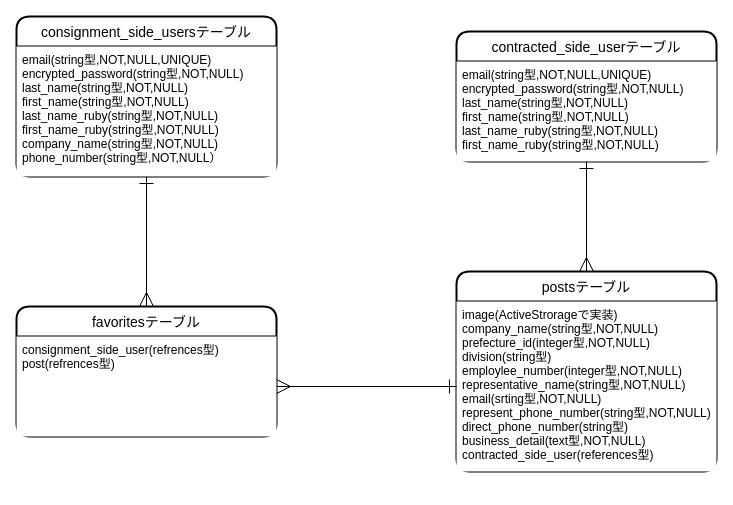
Above: er_diagram.dio in hiroki1121/assistance_company (draw.io), before the change. Source tidied: cells renumbered, new cells numbered last; positions are measured from the earlier drawing's top-left corner, leaving out a move shared by most shapes. Both pictures are drawn from the tidied source at 100%, with x=0, y=0 at pixel (16, 16).
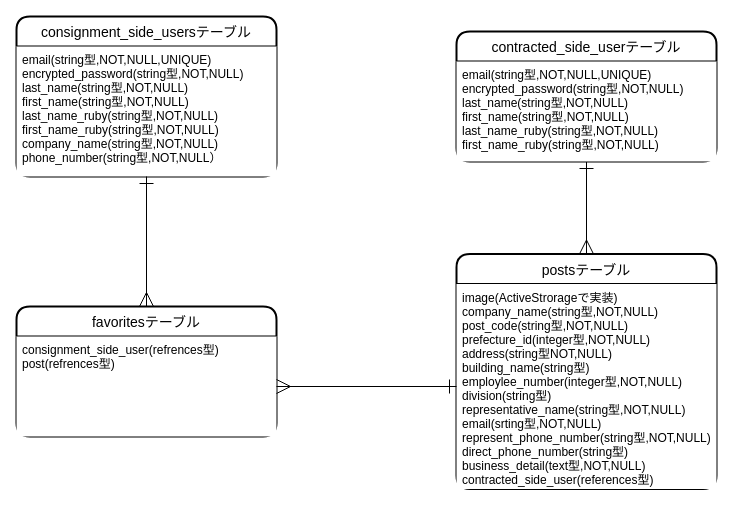
The same diagram, later.

Commit message (it also covers changes not shown here):
データベース設計修正

Diff of the diagram source:
```diff
@@
 <mxGraphModel>
   <root>
     <mxCell id="0" />
     <mxCell id="1" parent="0" />
     <mxCell id="2" value="consignment_side_usersテーブル" style="swimlane;horizontal=1;startSize=30;rounded=1;fontSize=14;fontStyle=0;strokeWidth=2;shadow=0;dashed=0;align=center;labelBackgroundColor=none;fillColor=#FFFFFF;fontColor=#000000;labelBorderColor=none;swimlaneFillColor=none;strokeColor=#000000;" parent="1" vertex="1">
       <mxGeometry width="260" height="160" as="geometry" />
     </mxCell>
     <mxCell id="3" value="email(string型,NOT,NULL,UNIQUE)&#10;encrypted_password(string型,NOT,NULL)&#10;last_name(string型,NOT,NULL)&#10;first_name(string型,NOT,NULL)&#10;last_name_ruby(string型,NOT,NULL)&#10;first_name_ruby(string型,NOT,NULL)&#10;company_name(string型,NOT,NULL)&#10;phone_number(string型,NOT,NULL）" style="align=left;strokeColor=none;spacingLeft=4;fontSize=12;verticalAlign=top;fillColor=#FFFFFF;fontColor=#000000;" parent="2" vertex="1">
       <mxGeometry y="30" width="260" height="130" as="geometry" />
     </mxCell>
     <mxCell id="4" style="edgeStyle=orthogonalEdgeStyle;rounded=0;jettySize=auto;html=1;entryX=0.5;entryY=0;entryDx=0;entryDy=0;startArrow=ERone;startFill=0;startSize=12;endArrow=ERmany;endFill=0;endSize=12;strokeWidth=1;fontColor=#000000;" parent="1" edge="1" source="5" target="7">
       <mxGeometry relative="1" as="geometry" />
     </mxCell>
     <mxCell id="5" value="contracted_side_userテーブル" style="swimlane;horizontal=1;startSize=30;rounded=1;fontSize=14;fontStyle=0;strokeWidth=2;shadow=0;dashed=0;align=center;labelBackgroundColor=none;fillColor=#FFFFFF;fontColor=#000000;labelBorderColor=none;swimlaneFillColor=none;strokeColor=#000000;" parent="1" vertex="1">
       <mxGeometry x="440" y="15" width="260" height="130" as="geometry" />
     </mxCell>
     <mxCell id="6" value="email(string型,NOT,NULL,UNIQUE)&#10;encrypted_password(string型,NOT,NULL)&#10;last_name(string型,NOT,NULL)&#10;first_name(string型,NOT,NULL)&#10;last_name_ruby(string型,NOT,NULL)&#10;first_name_ruby(string型,NOT,NULL)" style="align=left;strokeColor=none;spacingLeft=4;fontSize=12;verticalAlign=top;fillColor=#FFFFFF;fontColor=#000000;" parent="5" vertex="1">
       <mxGeometry y="30" width="260" height="100" as="geometry" />
     </mxCell>
     <mxCell id="7" value="postsテーブル" style="swimlane;horizontal=1;startSize=30;rounded=1;fontSize=14;fontStyle=0;strokeWidth=2;shadow=0;dashed=0;align=center;labelBackgroundColor=none;fillColor=#FFFFFF;fontColor=#000000;labelBorderColor=none;swimlaneFillColor=none;strokeColor=#000000;" parent="1" vertex="1">
-      <mxGeometry x="440" y="255" width="260" height="200" as="geometry" />
+      <mxGeometry x="440" y="237.5" width="260" height="235" as="geometry" />
     </mxCell>
-    <mxCell id="8" value="image(ActiveStrorageで実装)&#10;company_name(string型,NOT,NULL)&#10;prefecture_id(integer型,NOT,NULL)&#10;division(string型)&#10;employlee_number(integer型,NOT,NULL)&#10;representative_name(string型,NOT,NULL)&#10;email(srting型,NOT,NULL)&#10;represent_phone_number(string型,NOT,NULL)&#10;direct_phone_number(string型)&#10;business_detail(text型,NOT,NULL)&#10;contracted_side_user(references型)" style="align=left;strokeColor=none;spacingLeft=4;fontSize=12;verticalAlign=top;fillColor=#FFFFFF;fontColor=#000000;" parent="7" vertex="1">
-      <mxGeometry y="30" width="260" height="170" as="geometry" />
+    <mxCell id="8" value="image(ActiveStrorageで実装)&#10;company_name(string型,NOT,NULL)&#10;post_code(string型,NOT,NULL)&#10;prefecture_id(integer型,NOT,NULL)&#10;address(string型NOT,NULL)&#10;building_name(string型)&#10;employlee_number(integer型,NOT,NULL)&#10;division(string型)&#10;representative_name(string型,NOT,NULL)&#10;email(srting型,NOT,NULL)&#10;represent_phone_number(string型,NOT,NULL)&#10;direct_phone_number(string型)&#10;business_detail(text型,NOT,NULL)&#10;contracted_side_user(references型)" style="align=left;strokeColor=none;spacingLeft=4;fontSize=12;verticalAlign=top;fillColor=#FFFFFF;fontColor=#000000;" parent="7" vertex="1">
+      <mxGeometry y="30" width="260" height="205" as="geometry" />
     </mxCell>
     <mxCell id="9" value="favoritesテーブル" style="swimlane;horizontal=1;startSize=30;rounded=1;fontSize=14;fontStyle=0;strokeWidth=2;shadow=0;dashed=0;align=center;labelBackgroundColor=none;fillColor=#FFFFFF;fontColor=#000000;labelBorderColor=none;swimlaneFillColor=none;strokeColor=#000000;" parent="1" vertex="1">
       <mxGeometry y="290" width="260" height="130" as="geometry" />
     </mxCell>
     <mxCell id="10" value="consignment_side_user(refrences型)&#10;post(refrences型)" style="align=left;strokeColor=none;spacingLeft=4;fontSize=12;verticalAlign=top;fillColor=#FFFFFF;fontColor=#000000;" parent="9" vertex="1">
       <mxGeometry y="30" width="260" height="100" as="geometry" />
     </mxCell>
     <mxCell id="11" style="edgeStyle=orthogonalEdgeStyle;rounded=0;jettySize=auto;html=1;exitX=0.5;exitY=1;exitDx=0;exitDy=0;entryX=0.5;entryY=0;entryDx=0;entryDy=0;fontColor=#000000;endArrow=ERmany;endFill=0;startArrow=ERone;startFill=0;strokeWidth=1;endSize=12;startSize=12;" parent="1" edge="1" source="3" target="9">
       <mxGeometry relative="1" as="geometry" />
     </mxCell>
     <mxCell id="12" style="edgeStyle=orthogonalEdgeStyle;rounded=0;jettySize=auto;html=1;startArrow=ERone;startFill=0;startSize=12;endArrow=ERmany;endFill=0;endSize=12;strokeWidth=1;fontColor=#000000;" parent="1" edge="1" source="8">
       <mxGeometry relative="1" as="geometry">
         <mxPoint x="260" y="370" as="targetPoint" />
       </mxGeometry>
     </mxCell>
   </root>
 </mxGraphModel>
```
